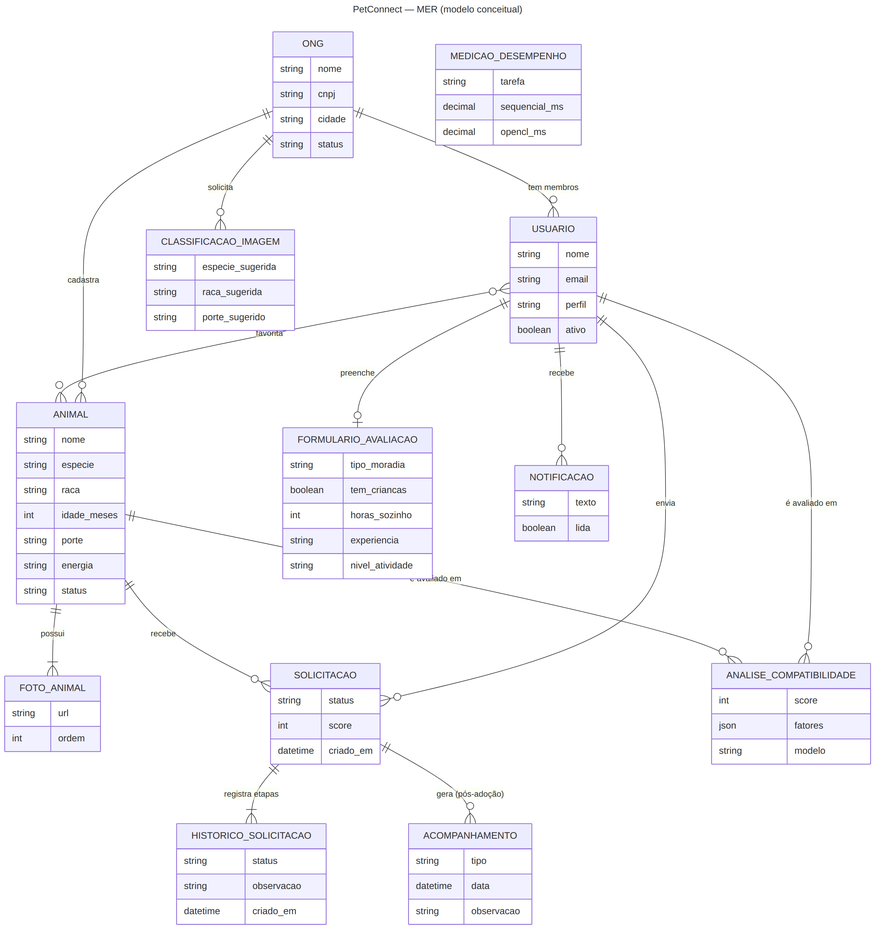
This is database/diagramas/mer_conceitual.png from Kawan-marcus/PetConnect, a Mermaid export, as it was before one commit. Its source is kept beside it as database/diagramas/mer_conceitual.mmd.
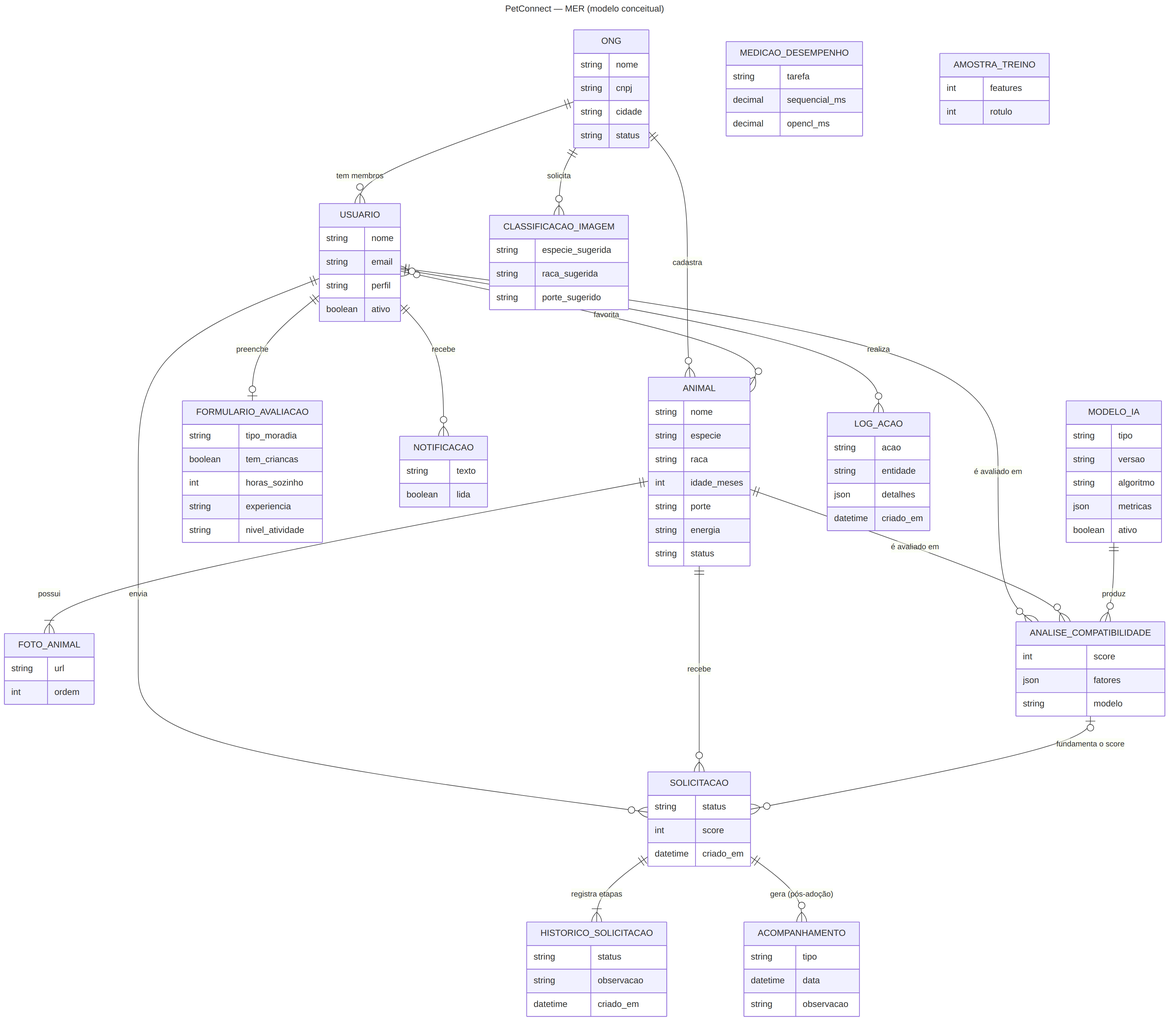
After the commit.

The edit, as a diff of the source:
```diff
@@ -15,6 +15,9 @@
     USUARIO ||--o{ ANALISE_COMPATIBILIDADE : "é avaliado em"
     ANIMAL ||--o{ ANALISE_COMPATIBILIDADE : "é avaliado em"
     ONG ||--o{ CLASSIFICACAO_IMAGEM : "solicita"
+    ANALISE_COMPATIBILIDADE |o--o{ SOLICITACAO : "fundamenta o score"
+    MODELO_IA ||--o{ ANALISE_COMPATIBILIDADE : "produz"
+    USUARIO |o--o{ LOG_ACAO : "realiza"
 
     ONG { string nome string cnpj string cidade string status }
     USUARIO { string nome string email string perfil boolean ativo }
@@ -28,3 +31,6 @@
     ANALISE_COMPATIBILIDADE { int score json fatores string modelo }
     CLASSIFICACAO_IMAGEM { string especie_sugerida string raca_sugerida string porte_sugerido }
     MEDICAO_DESEMPENHO { string tarefa decimal sequencial_ms decimal opencl_ms }
+    MODELO_IA { string tipo string versao string algoritmo json metricas boolean ativo }
+    AMOSTRA_TREINO { int features int rotulo }
+    LOG_ACAO { string acao string entidade json detalhes datetime criado_em }
```
